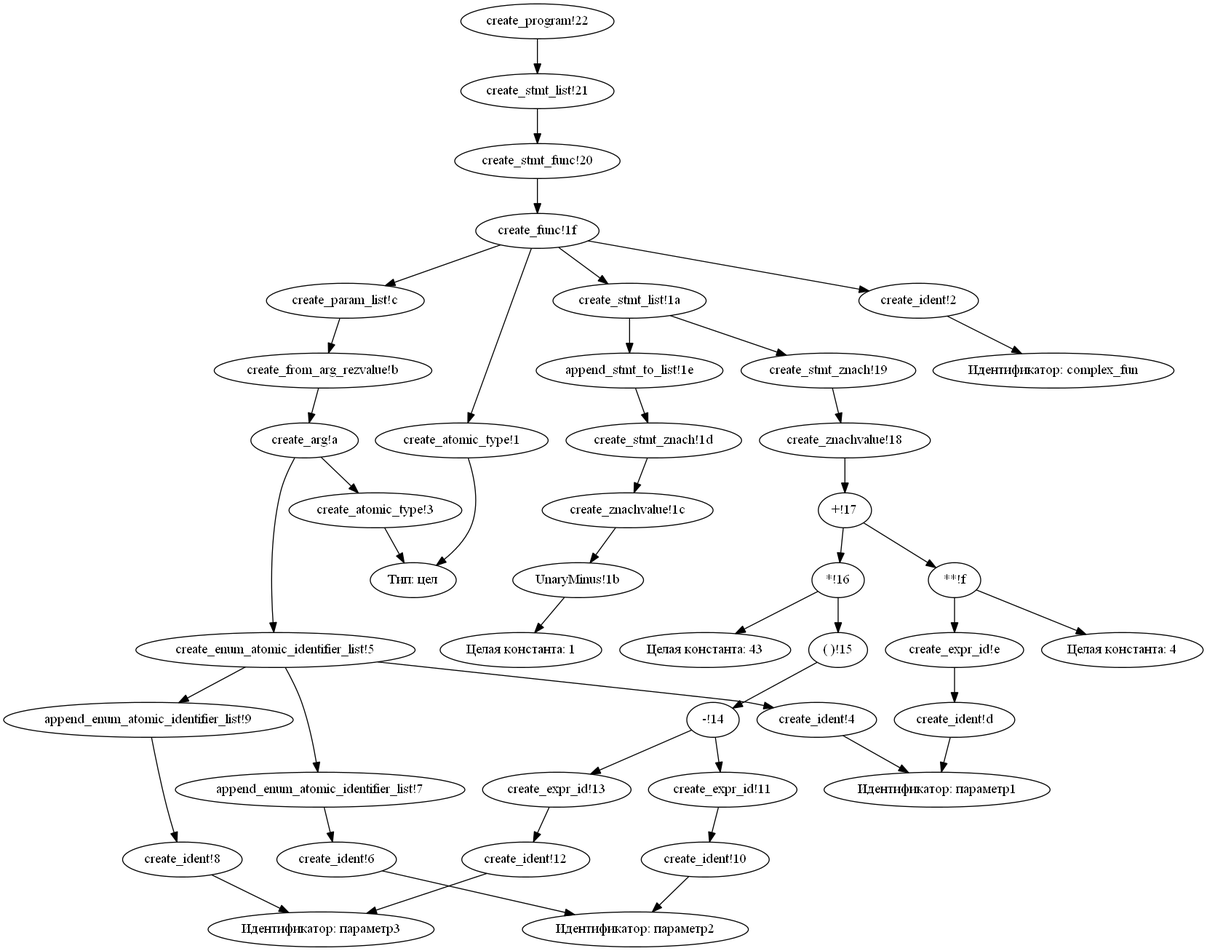
The Graphviz diagram unittests/images/procsAndFuncs2.png in ARyaskov/kumir2java-project, before a commit. Its source is kept beside it as unittests/procsAndFuncs2.dot.
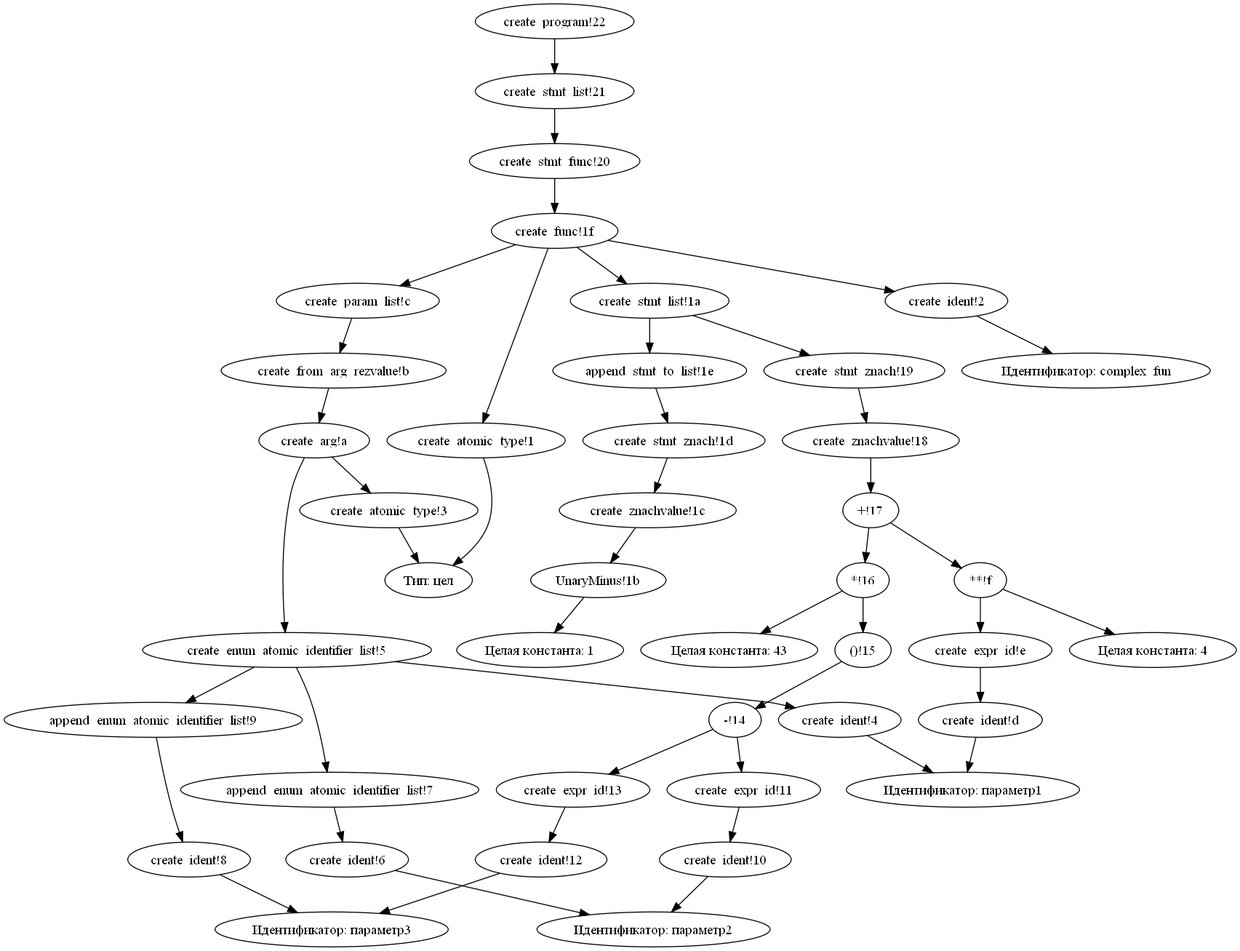
After the commit.

What changed in the source:
```diff
@@ -24,8 +24,8 @@
 "create_expr_id!13" -> "create_ident!12";
 "-!14" -> "create_expr_id!11";
 "-!14" -> "create_expr_id!13";
-"( )!15" -> "-!14";
-"*!16" -> "( )!15";
+"()!15" -> "-!14";
+"*!16" -> "()!15";
 "*!16" -> "Целая константа: 43";
 "+!17" -> "**!f";
 "+!17" -> "*!16";
```
